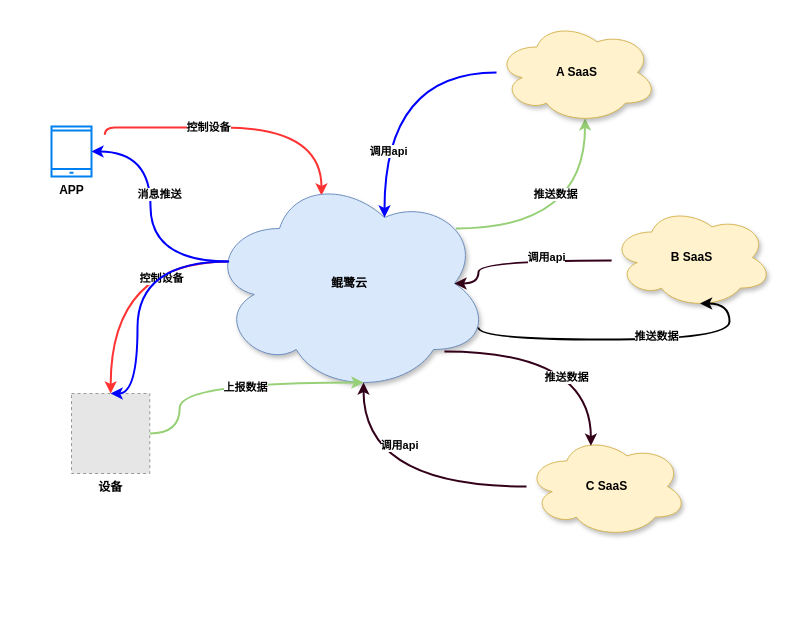
The draw.io diagram cloud_open.drawio in jimmy0/chart, before the edit. Source tidied: cells renumbered, new cells numbered last; positions are measured from the earlier drawing's top-left corner, leaving out a move shared by most shapes. Both pictures are drawn from the tidied source at 100%, with x=0, y=0 at pixel (51, 21). Pictures stored in the file or linked from it are replaced by grey dashed boxes.
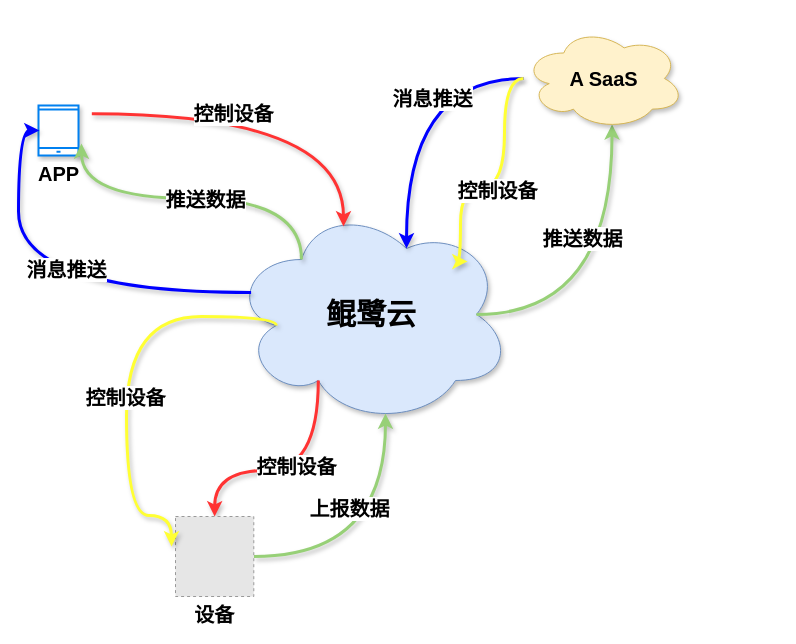
The same diagram, later.

The edit, as a diff of the source:
```diff
@@
+    <mxCell id="11" value="鲲鹭云" style="ellipse;shape=cloud;whiteSpace=wrap;html=1;fillColor=#dae8fc;strokeColor=#6c8ebf;shadow=1;fontStyle=1;fontSize=30;" parent="1" vertex="1">
+      <mxGeometry x="180" y="183" width="280" height="220" as="geometry" />
+    </mxCell>
-    <mxCell id="2" style="edgeStyle=orthogonalEdgeStyle;rounded=0;jettySize=auto;html=1;entryX=0.4;entryY=0.1;entryDx=0;entryDy=0;entryPerimeter=0;exitX=1.333;exitY=0.167;exitDx=0;exitDy=0;exitPerimeter=0;curved=1;fontStyle=1;strokeWidth=2;strokeColor=#FF3333;" parent="1" edge="1" source="4" target="11">
-      <mxGeometry relative="1" as="geometry">
-        <Array as="points">
-          <mxPoint x="73" y="106" />
-          <mxPoint x="352" y="106" />
-        </Array>
-      </mxGeometry>
+    <mxCell id="2" style="edgeStyle=orthogonalEdgeStyle;rounded=0;jettySize=auto;html=1;entryX=0.4;entryY=0.1;entryDx=0;entryDy=0;entryPerimeter=0;exitX=1.333;exitY=0.167;exitDx=0;exitDy=0;exitPerimeter=0;curved=1;fontStyle=1;strokeWidth=3;strokeColor=#FF3333;fontSize=20;shadow=1;" parent="1" edge="1" source="4" target="11">
+      <mxGeometry relative="1" as="geometry" />
     </mxCell>
-    <mxCell id="3" value="控制设备" style="edgeLabel;html=1;align=center;verticalAlign=middle;fontStyle=1;" parent="2" vertex="1">
+    <mxCell id="3" value="控制设备" style="edgeLabel;html=1;align=center;verticalAlign=middle;fontStyle=1;fontSize=20;" parent="2" vertex="1">
       <mxGeometry x="-0.16" y="-2" relative="1" as="geometry">
         <mxPoint x="-12" y="-3" as="offset" />
       </mxGeometry>
     </mxCell>
-    <mxCell id="4" value="APP" style="html=1;verticalLabelPosition=bottom;align=center;labelBackgroundColor=#ffffff;verticalAlign=top;strokeWidth=2;strokeColor=#0080F0;shadow=0;dashed=0;shape=mxgraph.ios7.icons.smartphone;fontStyle=1;" parent="1" vertex="1">
-      <mxGeometry y="105" width="40" height="50" as="geometry" />
+    <mxCell id="4" value="APP" style="html=1;verticalLabelPosition=bottom;align=center;labelBackgroundColor=#ffffff;verticalAlign=top;strokeWidth=2;strokeColor=#0080F0;shadow=1;dashed=0;shape=mxgraph.ios7.icons.smartphone;fontStyle=1;fontSize=20;" parent="1" vertex="1">
+      <mxGeometry x="-13" y="84" width="40" height="50" as="geometry" />
     </mxCell>
-    <mxCell id="5" style="edgeStyle=orthogonalEdgeStyle;rounded=0;jettySize=auto;html=1;entryX=0.55;entryY=0.95;entryDx=0;entryDy=0;entryPerimeter=0;elbow=vertical;curved=1;fontStyle=1;exitX=0.88;exitY=0.25;exitDx=0;exitDy=0;exitPerimeter=0;strokeWidth=2;strokeColor=#97D077;" parent="1" edge="1" source="11" target="14">
+    <mxCell id="5" style="edgeStyle=orthogonalEdgeStyle;rounded=0;jettySize=auto;html=1;entryX=0.55;entryY=0.95;entryDx=0;entryDy=0;entryPerimeter=0;elbow=vertical;curved=1;fontStyle=1;exitX=0.875;exitY=0.5;exitDx=0;exitDy=0;exitPerimeter=0;strokeWidth=3;strokeColor=#97D077;fontSize=20;shadow=1;" parent="1" edge="1" source="11" target="14">
       <mxGeometry relative="1" as="geometry" />
     </mxCell>
-    <mxCell id="6" value="推送数据" style="edgeLabel;html=1;align=center;verticalAlign=middle;fontStyle=1;" parent="5" vertex="1">
+    <mxCell id="6" value="推送数据" style="edgeLabel;html=1;align=center;verticalAlign=middle;fontStyle=1;fontSize=20;" parent="5" vertex="1">
       <mxGeometry x="0.12" y="-1" relative="1" as="geometry">
         <mxPoint x="-31" y="-30" as="offset" />
       </mxGeometry>
     </mxCell>
-    <mxCell id="7" style="edgeStyle=orthogonalEdgeStyle;rounded=0;jettySize=auto;html=1;curved=1;entryX=0.5;entryY=0;entryDx=0;entryDy=0;fontStyle=1;exitX=0.07;exitY=0.4;exitDx=0;exitDy=0;exitPerimeter=0;strokeWidth=2;strokeColor=#FF3333;" parent="1" edge="1" source="11" target="17">
+    <mxCell id="7" style="edgeStyle=orthogonalEdgeStyle;rounded=0;jettySize=auto;html=1;curved=1;entryX=0.5;entryY=0;entryDx=0;entryDy=0;fontStyle=1;strokeWidth=3;strokeColor=#FF3333;fontSize=20;shadow=1;exitX=0.31;exitY=0.8;exitDx=0;exitDy=0;exitPerimeter=0;" parent="1" edge="1" source="11" target="17">
       <mxGeometry relative="1" as="geometry" />
     </mxCell>
-    <mxCell id="8" value="控制设备" style="edgeLabel;html=1;align=center;verticalAlign=middle;fontStyle=1;" parent="7" vertex="1">
+    <mxCell id="8" value="控制设备" style="edgeLabel;html=1;align=center;verticalAlign=middle;fontStyle=1;fontSize=20;" parent="7" vertex="1">
       <mxGeometry x="-0.21" y="-4" relative="1" as="geometry">
-        <mxPoint x="31" y="20" as="offset" />
+        <mxPoint x="-17" y="-1" as="offset" />
       </mxGeometry>
     </mxCell>
-    <mxCell id="9" style="edgeStyle=orthogonalEdgeStyle;rounded=0;jettySize=auto;html=1;curved=1;fontStyle=1;exitX=0.07;exitY=0.4;exitDx=0;exitDy=0;exitPerimeter=0;strokeWidth=2;strokeColor=#0000FF;" parent="1" edge="1" source="11" target="4">
+    <mxCell id="9" style="edgeStyle=orthogonalEdgeStyle;rounded=0;jettySize=auto;html=1;curved=1;fontStyle=1;exitX=0.07;exitY=0.4;exitDx=0;exitDy=0;exitPerimeter=0;strokeWidth=3;strokeColor=#0000FF;fontSize=20;shadow=1;entryX=0.025;entryY=0.5;entryDx=0;entryDy=0;entryPerimeter=0;" parent="1" edge="1" source="11" target="4">
       <mxGeometry relative="1" as="geometry" />
     </mxCell>
-    <mxCell id="10" value="消息推送" style="edgeLabel;html=1;align=center;verticalAlign=middle;fontStyle=1;" parent="9" vertex="1">
+    <mxCell id="10" value="消息推送" style="edgeLabel;html=1;align=center;verticalAlign=middle;fontStyle=1;fontSize=20;" parent="9" vertex="1">
       <mxGeometry x="-0.25" y="-2" relative="1" as="geometry">
-        <mxPoint x="6" y="-53" as="offset" />
+        <mxPoint x="-29" y="-22" as="offset" />
       </mxGeometry>
     </mxCell>
-    <mxCell id="11" value="鲲鹭云" style="ellipse;shape=cloud;whiteSpace=wrap;html=1;fillColor=#dae8fc;strokeColor=#6c8ebf;shadow=1;fontStyle=1;" parent="1" vertex="1">
-      <mxGeometry x="158" y="152" width="280" height="220" as="geometry" />
-    </mxCell>
+    <mxCell id="29" style="edgeStyle=orthogonalEdgeStyle;curved=1;rounded=0;jettySize=auto;html=1;exitX=0.25;exitY=0.25;exitDx=0;exitDy=0;exitPerimeter=0;entryX=1.075;entryY=0.76;entryDx=0;entryDy=0;entryPerimeter=0;shadow=1;fontSize=20;strokeWidth=3;fillColor=#d5e8d4;strokeColor=#97D077;" parent="1" edge="1" source="11" target="4">
+      <mxGeometry relative="1" as="geometry">
+        <Array as="points">
+          <mxPoint x="250" y="177" />
+          <mxPoint x="30" y="177" />
+        </Array>
+      </mxGeometry>
+    </mxCell>
+    <mxCell id="30" value="推送数据" style="edgeLabel;html=1;align=center;verticalAlign=middle;fontSize=20;fontStyle=1;" parent="29" vertex="1">
+      <mxGeometry x="-0.06" relative="1" as="geometry" />
+    </mxCell>
-    <mxCell id="12" style="rounded=0;jettySize=auto;html=1;edgeStyle=orthogonalEdgeStyle;curved=1;fontStyle=1;entryX=0.625;entryY=0.2;entryDx=0;entryDy=0;entryPerimeter=0;strokeWidth=2;strokeColor=#0000FF;" parent="1" edge="1" source="14" target="11">
+    <mxCell id="12" style="rounded=0;jettySize=auto;html=1;edgeStyle=orthogonalEdgeStyle;curved=1;fontStyle=1;entryX=0.625;entryY=0.2;entryDx=0;entryDy=0;entryPerimeter=0;strokeWidth=3;strokeColor=#0000FF;fontSize=20;shadow=1;" parent="1" edge="1" source="14" target="11">
       <mxGeometry relative="1" as="geometry" />
     </mxCell>
-    <mxCell id="13" value="调用api" style="edgeLabel;html=1;align=center;verticalAlign=middle;fontStyle=1;" parent="12" vertex="1">
-      <mxGeometry x="0.48" y="3" relative="1" as="geometry" />
-    </mxCell>
+    <mxCell id="31" value="消息推送" style="edgeLabel;html=1;align=center;verticalAlign=middle;fontSize=20;fontStyle=1;" parent="12" vertex="1">
+      <mxGeometry x="-0.36" y="19" relative="1" as="geometry" />
+    </mxCell>
+    <mxCell id="32" style="edgeStyle=orthogonalEdgeStyle;curved=1;rounded=0;jettySize=auto;html=1;entryX=0.843;entryY=0.259;entryDx=0;entryDy=0;entryPerimeter=0;shadow=1;fontSize=20;strokeWidth=3;fontStyle=1;fillColor=#fff2cc;strokeColor=#FFFF33;" parent="1" edge="1" source="14" target="11">
+      <mxGeometry relative="1" as="geometry">
+        <Array as="points">
+          <mxPoint x="453" y="57" />
+          <mxPoint x="453" y="165" />
+          <mxPoint x="409" y="165" />
+        </Array>
+      </mxGeometry>
+    </mxCell>
+    <mxCell id="33" value="控制设备" style="edgeLabel;html=1;align=center;verticalAlign=middle;fontSize=20;fontStyle=1;" parent="32" vertex="1">
+      <mxGeometry x="0.07" y="3" relative="1" as="geometry" />
+    </mxCell>
-    <mxCell id="14" value="A SaaS" style="ellipse;shape=cloud;whiteSpace=wrap;html=1;fillColor=#fff2cc;strokeColor=#d6b656;shadow=1;fontStyle=1;" parent="1" vertex="1">
-      <mxGeometry x="445" width="161" height="102" as="geometry" />
+    <mxCell id="14" value="A SaaS" style="ellipse;shape=cloud;whiteSpace=wrap;html=1;fillColor=#fff2cc;strokeColor=#d6b656;shadow=1;fontStyle=1;fontSize=20;" parent="1" vertex="1">
+      <mxGeometry x="472" y="6" width="161" height="102" as="geometry" />
     </mxCell>
-    <mxCell id="15" style="edgeStyle=orthogonalEdgeStyle;rounded=0;jettySize=auto;html=1;entryX=0.55;entryY=0.95;entryDx=0;entryDy=0;entryPerimeter=0;curved=1;fontStyle=1;strokeColor=#97D077;strokeWidth=2;" parent="1" edge="1" source="17" target="11">
+    <mxCell id="15" style="edgeStyle=orthogonalEdgeStyle;rounded=0;jettySize=auto;html=1;entryX=0.55;entryY=0.95;entryDx=0;entryDy=0;entryPerimeter=0;curved=1;fontStyle=1;strokeColor=#97D077;strokeWidth=3;fontSize=20;shadow=1;exitX=1;exitY=0.5;exitDx=0;exitDy=0;" parent="1" edge="1" source="17" target="11">
       <mxGeometry relative="1" as="geometry" />
     </mxCell>
-    <mxCell id="16" value="上报数据" style="edgeLabel;html=1;align=center;verticalAlign=middle;fontStyle=1;" parent="15" vertex="1">
+    <mxCell id="16" value="上报数据" style="edgeLabel;html=1;align=center;verticalAlign=middle;fontStyle=1;fontSize=20;" parent="15" vertex="1">
       <mxGeometry x="0.36" y="3" relative="1" as="geometry">
         <mxPoint x="-34" y="7" as="offset" />
       </mxGeometry>
     </mxCell>
-    <mxCell id="17" value="设备" style="fillColor=#E6E6E6;strokeColor=#999999;dashed=1;verticalLabelPosition=bottom;labelBackgroundColor=#ffffff;verticalAlign=top;fontStyle=1;" parent="1" vertex="1">
-      <mxGeometry x="20" y="372" width="78.3" height="80" as="geometry" />
+    <mxCell id="17" value="设备" style="fillColor=#E6E6E6;strokeColor=#999999;dashed=1;verticalLabelPosition=bottom;labelBackgroundColor=#ffffff;verticalAlign=top;fontStyle=1;fontSize=20;" parent="1" vertex="1">
+      <mxGeometry x="124" y="495" width="78.3" height="80" as="geometry" />
     </mxCell>
-    <mxCell id="18" value="B SaaS" style="ellipse;shape=cloud;whiteSpace=wrap;html=1;fillColor=#fff2cc;strokeColor=#d6b656;shadow=1;fontStyle=1;" parent="1" vertex="1">
-      <mxGeometry x="560" y="185" width="161" height="102" as="geometry" />
-    </mxCell>
-    <mxCell id="19" style="edgeStyle=orthogonalEdgeStyle;rounded=0;jettySize=auto;html=1;entryX=0.55;entryY=0.95;entryDx=0;entryDy=0;entryPerimeter=0;elbow=vertical;curved=1;fontStyle=1;exitX=0.96;exitY=0.7;exitDx=0;exitDy=0;exitPerimeter=0;strokeWidth=2;" parent="1" edge="1" source="11" target="18">
-      <mxGeometry relative="1" as="geometry">
-        <Array as="points">
-          <mxPoint x="678" y="318" />
-        </Array>
-      </mxGeometry>
-    </mxCell>
-    <mxCell id="20" value="推送数据" style="edgeLabel;html=1;align=center;verticalAlign=middle;fontStyle=1;" parent="19" vertex="1">
-      <mxGeometry x="0.12" y="-1" relative="1" as="geometry">
-        <mxPoint x="6" y="-5" as="offset" />
-      </mxGeometry>
-    </mxCell>
-    <mxCell id="21" style="rounded=0;jettySize=auto;html=1;edgeStyle=orthogonalEdgeStyle;curved=1;fontStyle=1;entryX=0.875;entryY=0.5;entryDx=0;entryDy=0;entryPerimeter=0;strokeWidth=2;strokeColor=#33001A;" parent="1" edge="1" source="18" target="11">
-      <mxGeometry relative="1" as="geometry">
-        <Array as="points">
-          <mxPoint x="427" y="239" />
-        </Array>
-      </mxGeometry>
-    </mxCell>
-    <mxCell id="22" value="调用api" style="edgeLabel;html=1;align=center;verticalAlign=middle;fontStyle=1;" parent="21" vertex="1">
-      <mxGeometry x="0.48" y="3" relative="1" as="geometry">
-        <mxPoint x="64" y="-3" as="offset" />
-      </mxGeometry>
-    </mxCell>
-    <mxCell id="23" style="rounded=0;jettySize=auto;html=1;edgeStyle=orthogonalEdgeStyle;curved=1;fontStyle=1;entryX=0.55;entryY=0.95;entryDx=0;entryDy=0;entryPerimeter=0;strokeWidth=2;strokeColor=#33001A;" parent="1" edge="1" source="25" target="11">
-      <mxGeometry relative="1" as="geometry" />
-    </mxCell>
-    <mxCell id="24" value="调用api" style="edgeLabel;html=1;align=center;verticalAlign=middle;fontStyle=1;" parent="23" vertex="1">
-      <mxGeometry x="0.48" y="3" relative="1" as="geometry">
-        <mxPoint x="38" y="-7" as="offset" />
-      </mxGeometry>
-    </mxCell>
-    <mxCell id="25" value="C SaaS" style="ellipse;shape=cloud;whiteSpace=wrap;html=1;fillColor=#fff2cc;strokeColor=#d6b656;shadow=1;fontStyle=1;" parent="1" vertex="1">
-      <mxGeometry x="475" y="414" width="161" height="102" as="geometry" />
-    </mxCell>
-    <mxCell id="26" style="edgeStyle=orthogonalEdgeStyle;rounded=0;jettySize=auto;html=1;entryX=0.4;entryY=0.1;entryDx=0;entryDy=0;entryPerimeter=0;elbow=vertical;curved=1;fontStyle=1;exitX=0.839;exitY=0.809;exitDx=0;exitDy=0;exitPerimeter=0;strokeWidth=2;strokeColor=#33001A;" parent="1" edge="1" source="11" target="25">
-      <mxGeometry relative="1" as="geometry" />
-    </mxCell>
-    <mxCell id="27" value="推送数据" style="edgeLabel;html=1;align=center;verticalAlign=middle;fontStyle=1;" parent="26" vertex="1">
-      <mxGeometry x="0.12" y="-1" relative="1" as="geometry">
-        <mxPoint x="-13" y="25" as="offset" />
-      </mxGeometry>
-    </mxCell>
-    <mxCell id="28" style="edgeStyle=orthogonalEdgeStyle;rounded=0;jettySize=auto;html=1;curved=1;entryX=0.5;entryY=0;entryDx=0;entryDy=0;fontStyle=1;exitX=0.07;exitY=0.4;exitDx=0;exitDy=0;exitPerimeter=0;strokeWidth=2;strokeColor=#0000FF;" parent="1" edge="1" source="11" target="17">
+    <mxCell id="28" style="edgeStyle=orthogonalEdgeStyle;rounded=0;jettySize=auto;html=1;curved=1;entryX=-0.051;entryY=0.375;entryDx=0;entryDy=0;fontStyle=1;exitX=0.16;exitY=0.55;exitDx=0;exitDy=0;exitPerimeter=0;strokeWidth=3;fontSize=20;shadow=1;entryPerimeter=0;strokeColor=#FFFF33;" parent="1" edge="1" source="11" target="17">
       <mxGeometry relative="1" as="geometry">
         <Array as="points">
-          <mxPoint x="86" y="240" />
-          <mxPoint x="86" y="372" />
+          <mxPoint x="75" y="295" />
+          <mxPoint x="75" y="494" />
         </Array>
       </mxGeometry>
     </mxCell>
+    <mxCell id="34" value="控制设备" style="edgeLabel;html=1;align=center;verticalAlign=middle;fontSize=20;fontStyle=1;" parent="28" vertex="1">
+      <mxGeometry x="0.09" y="-2" relative="1" as="geometry">
+        <mxPoint y="3" as="offset" />
+      </mxGeometry>
+    </mxCell>
```
